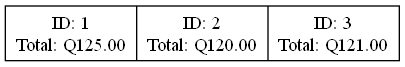
Earlier version of the Graphviz export Fase 2/AutoGestPro/Reportes/ÁrbolBFacturas.png (JavierVelasquez39/-EDD-1S2025_202307775). Its source is kept beside it as Fase 2/AutoGestPro/Reportes/ÁrbolBFacturas.dot.
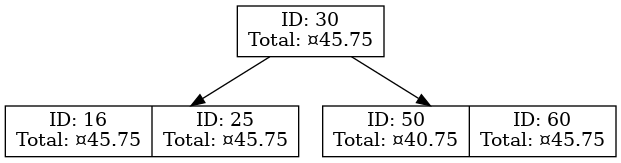
After the change.

Change to the diagram source:
```diff
@@ -1,4 +1,8 @@
 digraph ArbolBFacturas {
 node [shape=record];
-nodo39201736 [label="<f1> ID: 1\nTotal: Q125.00|<f2> ID: 2\nTotal: Q120.00|<f3> ID: 3\nTotal: Q121.00"];
+nodo54778057 [label="<f30> ID: 30\nTotal: ¤45.75"];
+nodo54778057:f0 -> nodo23240469;
+nodo23240469 [label="<f16> ID: 16\nTotal: ¤45.75|<f25> ID: 25\nTotal: ¤45.75"];
+nodo54778057:f1 -> nodo7837633;
+nodo7837633 [label="<f50> ID: 50\nTotal: ¤40.75|<f60> ID: 60\nTotal: ¤45.75"];
 }
```
